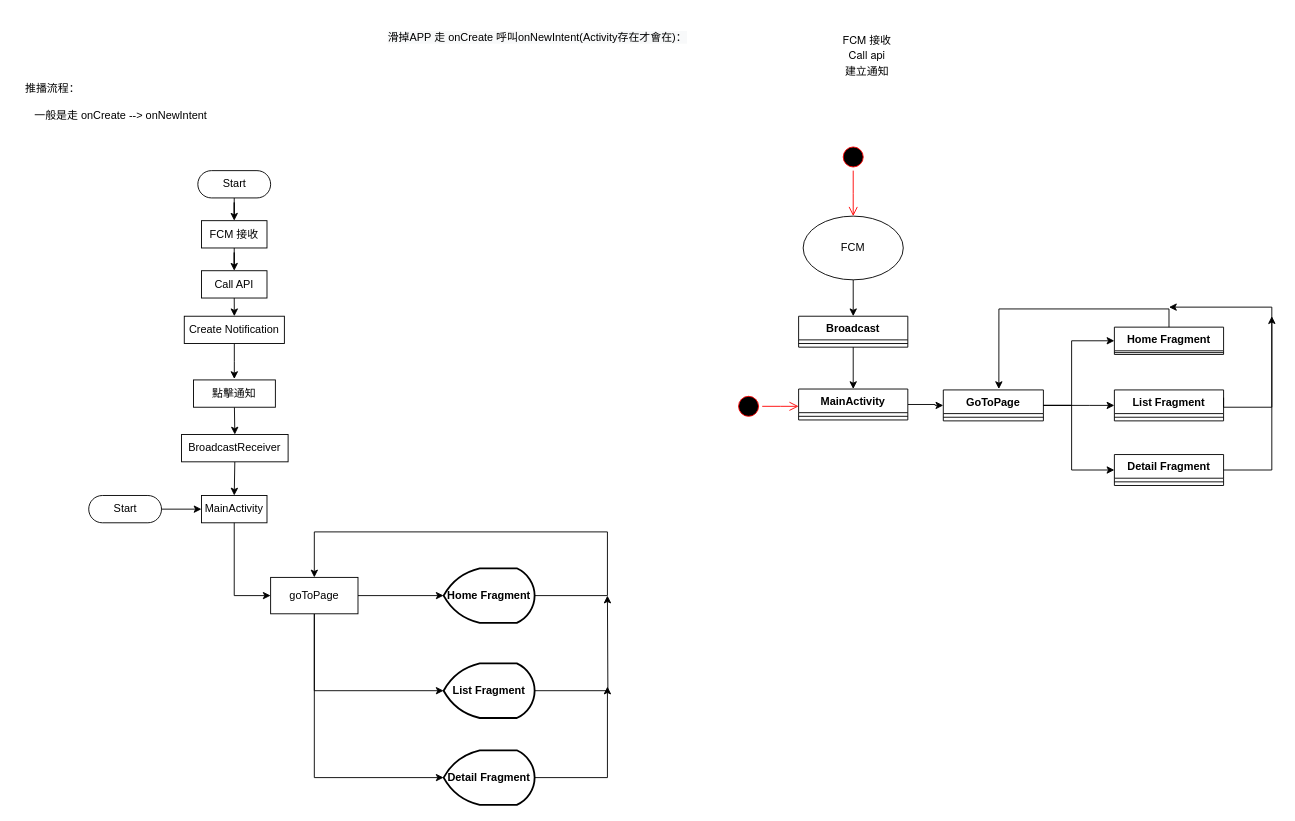
The draw.io diagram 推播流程.drawio in ccckyc/draw, before the edit. Source tidied: cells renumbered, new cells numbered last; positions are measured from the earlier drawing's top-left corner, leaving out a move shared by most shapes. Both pictures are drawn from the tidied source at 91%, with x=0, y=0 at pixel (15, 15).
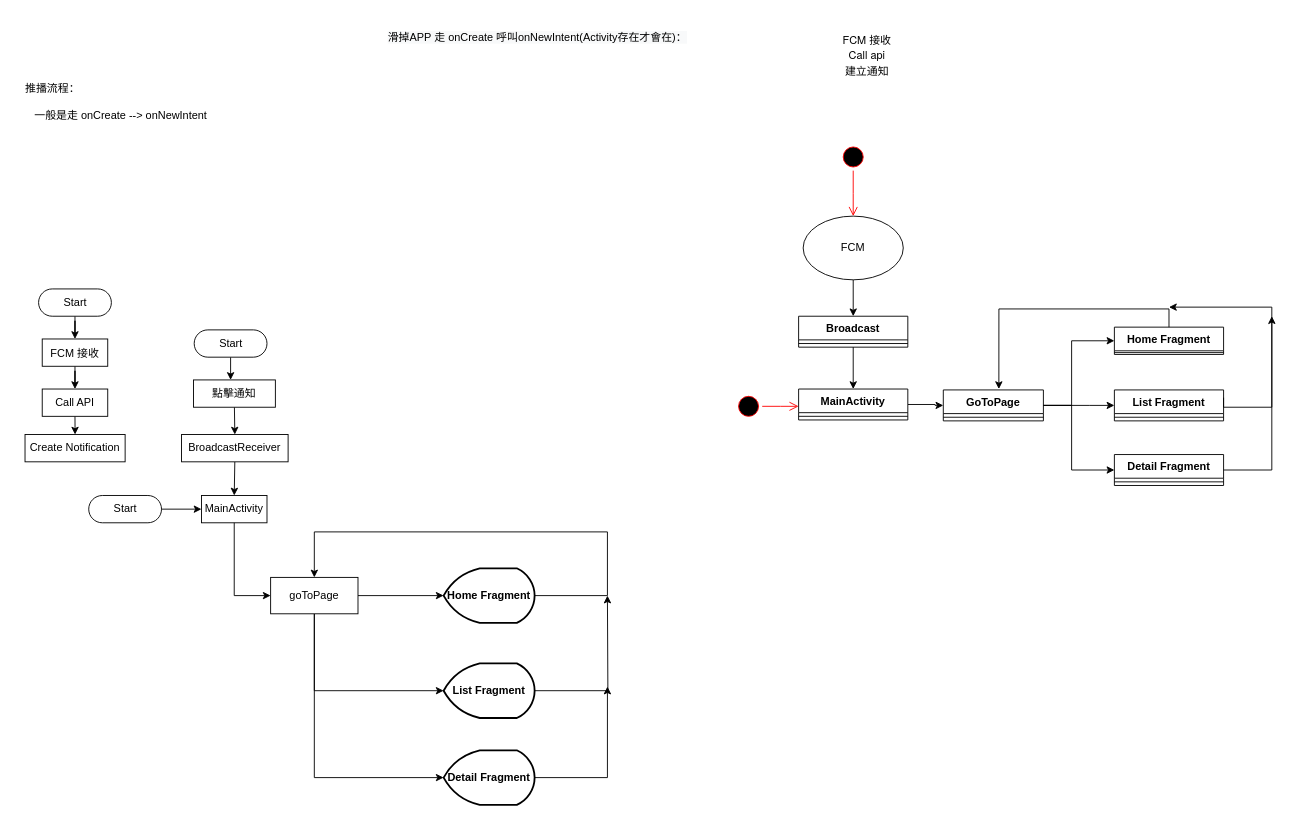
After the change.

What changed in the source:
```diff
@@
     <mxCell id="46" value="FCM&amp;nbsp;&lt;span style=&quot;font-family: &amp;#34;helvetica neue&amp;#34;&quot;&gt;接收&lt;/span&gt;" style="whiteSpace=wrap;html=1;dashed=0;" parent="1" vertex="1">
-      <mxGeometry x="203.9" y="225" width="72" height="30" as="geometry" />
+      <mxGeometry x="28.9" y="355" width="72" height="30" as="geometry" />
     </mxCell>
@@
     <mxCell id="48" value="Call API" style="whiteSpace=wrap;html=1;dashed=0;" parent="1" vertex="1">
-      <mxGeometry x="203.9" y="280" width="72" height="30" as="geometry" />
+      <mxGeometry x="28.9" y="410" width="72" height="30" as="geometry" />
     </mxCell>
@@
     <mxCell id="50" value="Start" style="html=1;dashed=0;whitespace=wrap;shape=mxgraph.dfd.start;" parent="1" vertex="1">
-      <mxGeometry x="199.9" y="170" width="80" height="30" as="geometry" />
+      <mxGeometry x="24.9" y="300" width="80" height="30" as="geometry" />
     </mxCell>
@@
-    <mxCell id="54" style="edgeStyle=orthogonalEdgeStyle;rounded=0;jettySize=auto;html=1;" parent="1" edge="1" source="55">
-      <mxGeometry relative="1" as="geometry">
-        <mxPoint x="240" y="399" as="targetPoint" />
-      </mxGeometry>
-    </mxCell>
     <mxCell id="55" value="Create Notification" style="whiteSpace=wrap;html=1;dashed=0;" parent="1" vertex="1">
-      <mxGeometry x="185" y="330" width="110" height="30" as="geometry" />
+      <mxGeometry x="10" y="460" width="110" height="30" as="geometry" />
     </mxCell>
@@
+    <mxCell id="58" style="edgeStyle=orthogonalEdgeStyle;rounded=0;jettySize=auto;html=1;entryX=0.5;entryY=0;entryDx=0;entryDy=0;" parent="1" edge="1" source="59">
+      <mxGeometry relative="1" as="geometry">
+        <mxPoint x="235.9" y="400" as="targetPoint" />
+      </mxGeometry>
+    </mxCell>
+    <mxCell id="59" value="Start" style="html=1;dashed=0;whitespace=wrap;shape=mxgraph.dfd.start;" parent="1" vertex="1">
+      <mxGeometry x="195.9" y="345" width="80" height="30" as="geometry" />
+    </mxCell>
```
